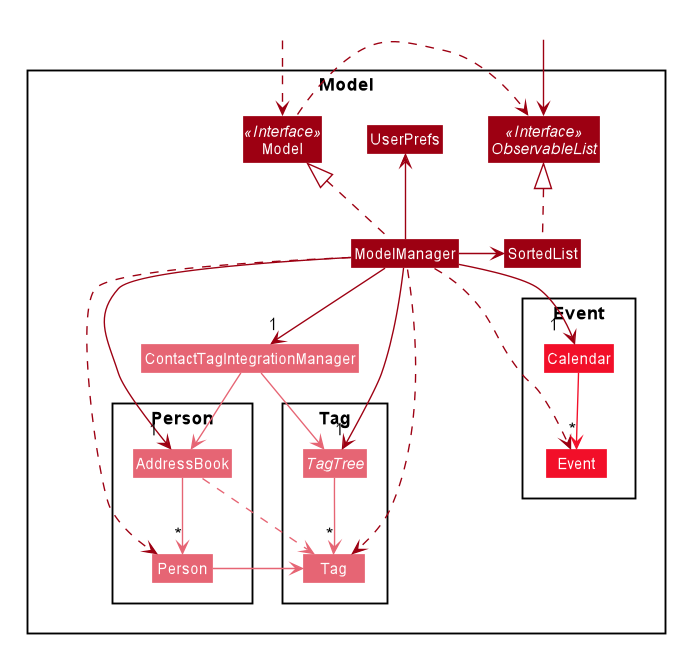
Earlier version of the PlantUML export docs/images/ModelClassOverviewDiagram.png (solkim-83/tp). Its source is kept beside it as docs/diagrams/ModelClassOverviewDiagram.puml. Source of this version:
```plantuml
@startuml
!include style.puml
skinparam arrowThickness 1.1
skinparam arrowColor MODEL_COLOR
skinparam classBackgroundColor MODEL_COLOR

Package Model <<Rectangle>>{
Interface Model <<Interface>>
Interface ObservableList <<Interface>>
Class Model
Class ModelManager
Class UserPrefs
Class ContactTagIntegrationManager MODEL_CONTACT_TAG_COLOR
Class SortedList
Package Person {
Class AddressBook MODEL_CONTACT_TAG_COLOR
Class Person MODEL_CONTACT_TAG_COLOR
}
Package Tag {
Abstract Class TagTree MODEL_CONTACT_TAG_COLOR
Class Tag MODEL_CONTACT_TAG_COLOR
}
Package Event {
Class Calendar MODEL_EVENT_COLOR
Class Event MODEL_EVENT_COLOR
}
}

Class HiddenOutside #FFFFFF
Class HiddenOutside2 #FFFFFF
HiddenOutside ..> Model
HiddenOutside2 --> ObservableList

Model .right.> ObservableList

ModelManager .up.|> Model
ModelManager -up-> UserPrefs

ModelManager -right-> SortedList
SortedList .up.|> ObservableList

ModelManager -down-> "1" ContactTagIntegrationManager
ModelManager -down-> "1 " AddressBook
ModelManager -down-> "1  " Calendar
ModelManager -down-> "1" TagTree
ModelManager .down.-> Person
ModelManager .down.-> Tag
ModelManager .down.-> Event

ContactTagIntegrationManager -down-> AddressBook MODEL_CONTACT_TAG_COLOR
ContactTagIntegrationManager -down-> TagTree MODEL_CONTACT_TAG_COLOR

AddressBook -down-> "*" Person MODEL_CONTACT_TAG_COLOR
TagTree -down-> "*" Tag MODEL_CONTACT_TAG_COLOR
Calendar -down-> "*" Event MODEL_EVENT_COLOR

AddressBook ..> Tag MODEL_CONTACT_TAG_COLOR
Person -right-> Tag MODEL_CONTACT_TAG_COLOR

@enduml
```
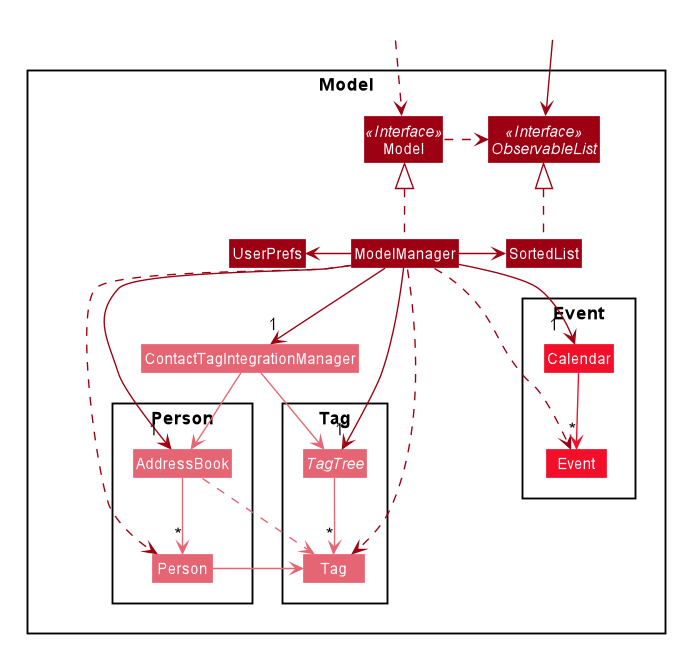
Above is the later version.

Change to the diagram source:
```diff
@@ -34,7 +34,7 @@
 Model .right.> ObservableList
 
 ModelManager .up.|> Model
-ModelManager -up-> UserPrefs
+ModelManager -left-> UserPrefs
 
 ModelManager -right-> SortedList
 SortedList .up.|> ObservableList
```
